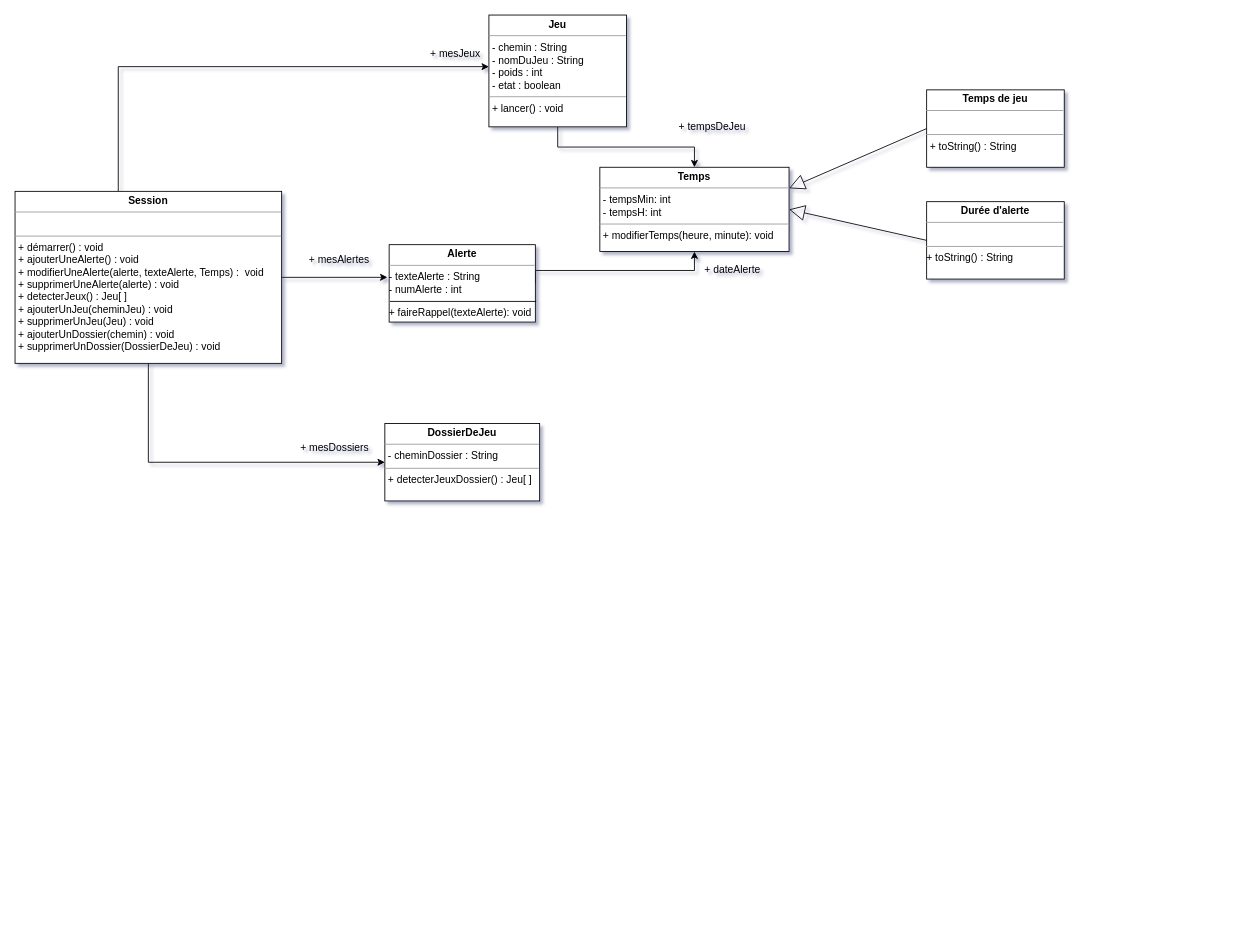
Earlier version of the draw.io diagram Projet VAPEUR.drawio (PorcTooGay/PROJET-VAPEUR-). Source tidied: cells renumbered, new cells numbered last; positions are measured from the earlier drawing's top-left corner, leaving out a move shared by most shapes. Both pictures are drawn from the tidied source at 86%, with x=0, y=0 at pixel (15, 15).
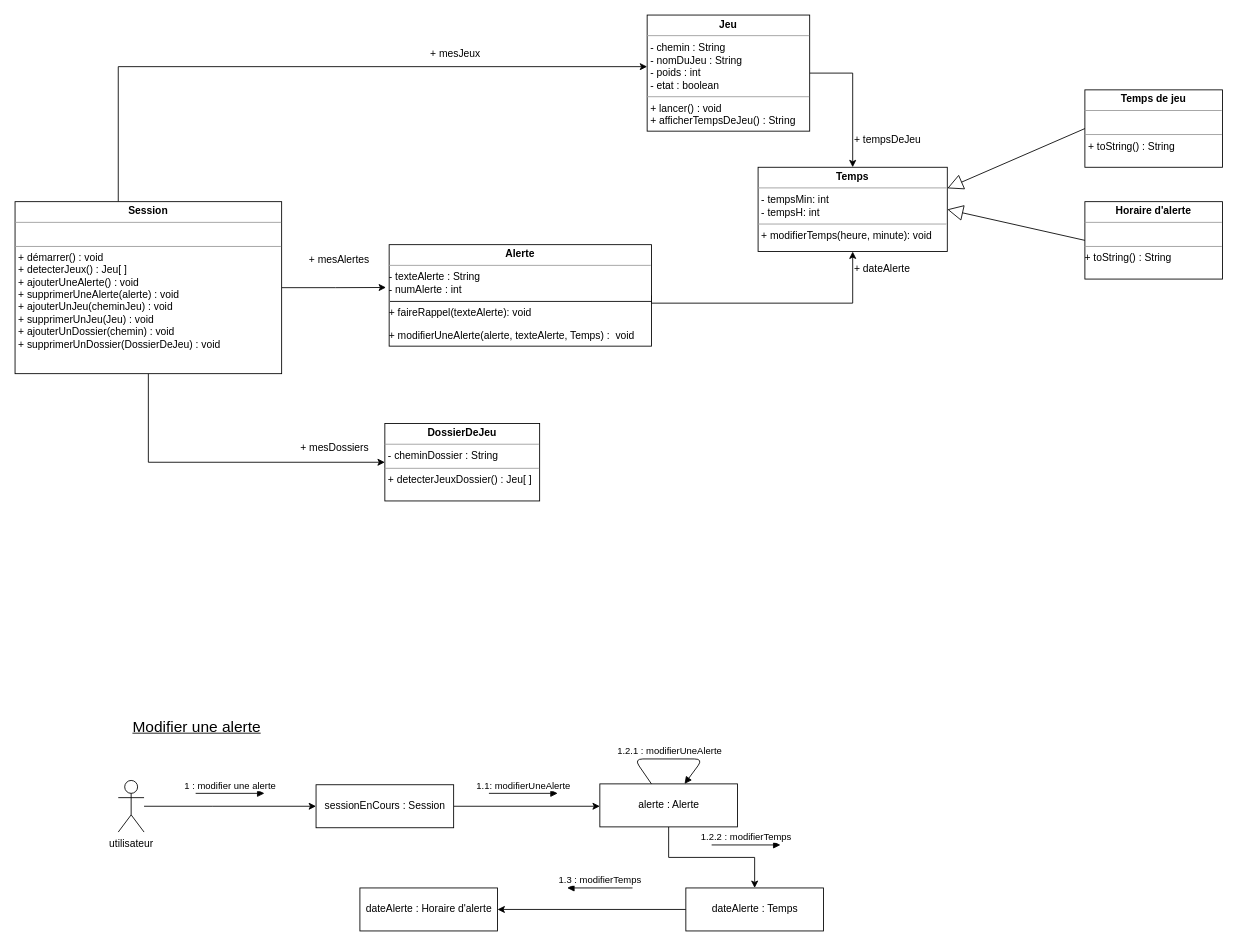
Above is the later version.

The edit, as a diff of the source:
```diff
@@
-<mxGraphModel shadow="1">
+<mxGraphModel>
@@
     <mxCell id="2" style="edgeStyle=orthogonalEdgeStyle;rounded=0;jettySize=auto;html=1;" parent="1" edge="1" source="3" target="4">
-      <mxGeometry relative="1" as="geometry" />
+      <mxGeometry relative="1" as="geometry">
+        <Array as="points">
+          <mxPoint x="974" y="68" />
+        </Array>
+      </mxGeometry>
     </mxCell>
-    <mxCell id="3" value="&lt;p style=&quot;margin: 0px ; margin-top: 4px ; text-align: center&quot;&gt;&lt;b&gt;Jeu&lt;/b&gt;&lt;/p&gt;&lt;hr size=&quot;1&quot;&gt;&lt;p style=&quot;margin: 0px ; margin-left: 4px&quot;&gt;- chemin : String&lt;/p&gt;&lt;p style=&quot;margin: 0px ; margin-left: 4px&quot;&gt;- nomDuJeu : String&lt;/p&gt;&lt;p style=&quot;margin: 0px ; margin-left: 4px&quot;&gt;- poids : int&lt;/p&gt;&lt;p style=&quot;margin: 0px ; margin-left: 4px&quot;&gt;- etat : boolean&lt;br&gt;&lt;/p&gt;&lt;hr size=&quot;1&quot;&gt;&lt;p style=&quot;margin: 0px ; margin-left: 4px&quot;&gt;+ lancer() : void&lt;br&gt;&lt;/p&gt;" style="verticalAlign=top;align=left;overflow=fill;fontSize=12;fontFamily=Helvetica;html=1;" parent="1" vertex="1">
-      <mxGeometry x="551" width="160" height="130" as="geometry" />
+    <mxCell id="3" value="&lt;p style=&quot;margin: 0px ; margin-top: 4px ; text-align: center&quot;&gt;&lt;b&gt;Jeu&lt;/b&gt;&lt;/p&gt;&lt;hr size=&quot;1&quot;&gt;&lt;p style=&quot;margin: 0px ; margin-left: 4px&quot;&gt;- chemin : String&lt;/p&gt;&lt;p style=&quot;margin: 0px ; margin-left: 4px&quot;&gt;- nomDuJeu : String&lt;/p&gt;&lt;p style=&quot;margin: 0px ; margin-left: 4px&quot;&gt;- poids : int&lt;/p&gt;&lt;p style=&quot;margin: 0px ; margin-left: 4px&quot;&gt;- etat : boolean&lt;br&gt;&lt;/p&gt;&lt;hr size=&quot;1&quot;&gt;&lt;p style=&quot;margin: 0px ; margin-left: 4px&quot;&gt;+ lancer() : void&lt;/p&gt;&lt;p style=&quot;margin: 0px ; margin-left: 4px&quot;&gt;+ afficherTempsDeJeu() : String&lt;br&gt;&lt;/p&gt;" style="verticalAlign=top;align=left;overflow=fill;fontSize=12;fontFamily=Helvetica;html=1;" parent="1" vertex="1">
+      <mxGeometry x="735" width="189" height="135" as="geometry" />
     </mxCell>
     <mxCell id="4" value="&lt;p style=&quot;margin: 0px ; margin-top: 4px ; text-align: center&quot;&gt;&lt;b&gt;Temps&lt;br&gt;&lt;/b&gt;&lt;/p&gt;&lt;hr size=&quot;1&quot;&gt;&lt;p style=&quot;margin: 0px ; margin-left: 4px&quot;&gt;- tempsMin: int&lt;/p&gt;&lt;p style=&quot;margin: 0px ; margin-left: 4px&quot;&gt;- tempsH: int&lt;/p&gt;&lt;hr size=&quot;1&quot;&gt;&lt;p style=&quot;margin: 0px ; margin-left: 4px&quot;&gt;+ modifierTemps(heure, minute): void&lt;/p&gt;&lt;p style=&quot;margin: 0px ; margin-left: 4px&quot;&gt;&lt;br&gt;&lt;/p&gt;" style="verticalAlign=top;align=left;overflow=fill;fontSize=12;fontFamily=Helvetica;html=1;" parent="1" vertex="1">
-      <mxGeometry x="680" y="177" width="220" height="98" as="geometry" />
+      <mxGeometry x="864" y="177" width="220" height="98" as="geometry" />
     </mxCell>
@@
     <mxCell id="6" style="edgeStyle=orthogonalEdgeStyle;rounded=0;jettySize=auto;html=1;exitX=1;exitY=0.5;exitDx=0;exitDy=0;entryX=0.5;entryY=1;entryDx=0;entryDy=0;" parent="1" edge="1" source="7" target="4">
       <mxGeometry relative="1" as="geometry">
         <Array as="points">
-          <mxPoint x="790" y="297" />
+          <mxPoint x="740" y="335" />
+          <mxPoint x="974" y="335" />
         </Array>
       </mxGeometry>
     </mxCell>
-    <mxCell id="7" value="&lt;p style=&quot;margin: 0px ; margin-top: 4px ; text-align: center&quot;&gt;&lt;b&gt;Alerte&lt;br&gt;&lt;/b&gt;&lt;/p&gt;&lt;hr size=&quot;1&quot;&gt;&lt;div&gt;- texteAlerte : String&lt;/div&gt;&lt;div&gt;- numAlerte : int&lt;br&gt;&lt;/div&gt;&lt;p&gt;+ faireRappel(texteAlerte): void&lt;/p&gt;" style="verticalAlign=top;align=left;overflow=fill;fontSize=12;fontFamily=Helvetica;html=1;" parent="1" vertex="1">
-      <mxGeometry x="435" y="267" width="170" height="90" as="geometry" />
+    <mxCell id="7" value="&lt;p style=&quot;margin: 0px ; margin-top: 4px ; text-align: center&quot;&gt;&lt;b&gt;Alerte&lt;br&gt;&lt;/b&gt;&lt;/p&gt;&lt;hr size=&quot;1&quot;&gt;&lt;div&gt;- texteAlerte : String&lt;/div&gt;&lt;div&gt;- numAlerte : int&lt;br&gt;&lt;/div&gt;&lt;p&gt;+ faireRappel(texteAlerte): void&lt;/p&gt;&lt;p&gt;+ modifierUneAlerte(alerte, texteAlerte, Temps) :&amp;nbsp; void&lt;/p&gt;" style="verticalAlign=top;align=left;overflow=fill;fontSize=12;fontFamily=Helvetica;html=1;" parent="1" vertex="1">
+      <mxGeometry x="435" y="267" width="305" height="118" as="geometry" />
     </mxCell>
     <mxCell id="8" value="+ dateAlerte" style="text;html=1;align=left;verticalAlign=top;spacingTop=-4;" parent="1" vertex="1">
-      <mxGeometry x="800" y="287" width="80" height="20" as="geometry" />
+      <mxGeometry x="974" y="285" width="80" height="20" as="geometry" />
     </mxCell>
     <mxCell id="9" value="+ tempsDeJeu" style="text;html=1;align=left;verticalAlign=top;spacingTop=-4;" parent="1" vertex="1">
-      <mxGeometry x="770" y="120" width="100" height="20" as="geometry" />
+      <mxGeometry x="974" y="135" width="100" height="20" as="geometry" />
     </mxCell>
@@
-    <mxCell id="12" value="&lt;p style=&quot;margin: 0px ; margin-top: 4px ; text-align: center&quot;&gt;&lt;b&gt;Session&lt;/b&gt;&lt;/p&gt;&lt;hr size=&quot;1&quot;&gt;&lt;p style=&quot;margin: 0px ; margin-left: 4px&quot;&gt;&lt;br&gt;&lt;/p&gt;&lt;hr size=&quot;1&quot;&gt;&lt;p style=&quot;margin: 0px ; margin-left: 4px&quot;&gt;+ démarrer() : void&lt;/p&gt;&lt;p style=&quot;margin: 0px ; margin-left: 4px&quot;&gt;+ ajouterUneAlerte() : void&lt;/p&gt;&lt;p style=&quot;margin: 0px ; margin-left: 4px&quot;&gt;+ modifierUneAlerte(alerte, texteAlerte, Temps) :&amp;nbsp; void&lt;br&gt;&lt;/p&gt;&lt;p style=&quot;margin: 0px ; margin-left: 4px&quot;&gt;+ supprimerUneAlerte(alerte) : void&lt;br&gt;&lt;/p&gt;&lt;p style=&quot;margin: 0px ; margin-left: 4px&quot;&gt;+ detecterJeux() : Jeu[ ]&lt;br&gt;&lt;/p&gt;&lt;p style=&quot;margin: 0px ; margin-left: 4px&quot;&gt;+ ajouterUnJeu(cheminJeu) : void&lt;/p&gt;&lt;p style=&quot;margin: 0px ; margin-left: 4px&quot;&gt;+ supprimerUnJeu(Jeu) : void&lt;/p&gt;&lt;p style=&quot;margin: 0px ; margin-left: 4px&quot;&gt;+ ajouterUnDossier(chemin) : void&lt;/p&gt;&lt;p style=&quot;margin: 0px ; margin-left: 4px&quot;&gt;+ supprimerUnDossier(DossierDeJeu) : void&lt;br&gt;&lt;/p&gt;&lt;p style=&quot;margin: 0px ; margin-left: 4px&quot;&gt;&lt;br&gt;&lt;/p&gt;&lt;p style=&quot;margin: 0px ; margin-left: 4px&quot;&gt;&lt;br&gt;&lt;/p&gt;" style="verticalAlign=top;align=left;overflow=fill;fontSize=12;fontFamily=Helvetica;html=1;" parent="1" vertex="1">
-      <mxGeometry y="205" width="310" height="200" as="geometry" />
+    <mxCell id="12" value="&lt;p style=&quot;margin: 0px ; margin-top: 4px ; text-align: center&quot;&gt;&lt;b&gt;Session&lt;/b&gt;&lt;/p&gt;&lt;hr size=&quot;1&quot;&gt;&lt;p style=&quot;margin: 0px ; margin-left: 4px&quot;&gt;&lt;br&gt;&lt;/p&gt;&lt;hr size=&quot;1&quot;&gt;&lt;p style=&quot;margin: 0px ; margin-left: 4px&quot;&gt;+ démarrer() : void&lt;br&gt;+ detecterJeux() : Jeu[ ]&lt;/p&gt;&lt;p style=&quot;margin: 0px ; margin-left: 4px&quot;&gt;+ ajouterUneAlerte() : void&lt;/p&gt;&lt;p style=&quot;margin: 0px ; margin-left: 4px&quot;&gt;+ supprimerUneAlerte(alerte) : void&lt;/p&gt;&lt;p style=&quot;margin: 0px ; margin-left: 4px&quot;&gt;+ ajouterUnJeu(cheminJeu) : void&lt;/p&gt;&lt;p style=&quot;margin: 0px ; margin-left: 4px&quot;&gt;+ supprimerUnJeu(Jeu) : void&lt;/p&gt;&lt;p style=&quot;margin: 0px ; margin-left: 4px&quot;&gt;+ ajouterUnDossier(chemin) : void&lt;/p&gt;&lt;p style=&quot;margin: 0px ; margin-left: 4px&quot;&gt;+ supprimerUnDossier(DossierDeJeu) : void&lt;br&gt;&lt;/p&gt;&lt;p style=&quot;margin: 0px ; margin-left: 4px&quot;&gt;&lt;br&gt;&lt;/p&gt;&lt;p style=&quot;margin: 0px ; margin-left: 4px&quot;&gt;&lt;br&gt;&lt;/p&gt;" style="verticalAlign=top;align=left;overflow=fill;fontSize=12;fontFamily=Helvetica;html=1;" parent="1" vertex="1">
+      <mxGeometry y="217" width="310" height="200" as="geometry" />
     </mxCell>
@@
-    <mxCell id="15" value="&lt;p style=&quot;margin: 0px ; margin-top: 4px ; text-align: center&quot;&gt;&lt;b&gt;Durée d'alerte&lt;br&gt;&lt;/b&gt;&lt;/p&gt;&lt;hr size=&quot;1&quot;&gt;&lt;br&gt;&lt;hr size=&quot;1&quot;&gt;+ toString() : String" style="verticalAlign=top;align=left;overflow=fill;fontSize=12;fontFamily=Helvetica;html=1;" parent="1" vertex="1">
-      <mxGeometry x="1060" y="217" width="160" height="90" as="geometry" />
+    <mxCell id="15" value="&lt;p style=&quot;margin: 0px ; margin-top: 4px ; text-align: center&quot;&gt;&lt;b&gt;Horaire d'alerte&lt;br&gt;&lt;/b&gt;&lt;/p&gt;&lt;hr size=&quot;1&quot;&gt;&lt;br&gt;&lt;hr size=&quot;1&quot;&gt;+ toString() : String" style="verticalAlign=top;align=left;overflow=fill;fontSize=12;fontFamily=Helvetica;html=1;" parent="1" vertex="1">
+      <mxGeometry x="1244" y="217" width="160" height="90" as="geometry" />
     </mxCell>
     <mxCell id="16" value="&lt;p style=&quot;margin: 0px ; margin-top: 4px ; text-align: center&quot;&gt;&lt;b&gt;Temps de jeu&lt;br&gt;&lt;/b&gt;&lt;/p&gt;&lt;hr size=&quot;1&quot;&gt;&lt;p style=&quot;margin: 0px ; margin-left: 4px&quot;&gt;&lt;br&gt;&lt;/p&gt;&lt;hr size=&quot;1&quot;&gt;&lt;p style=&quot;margin: 0px ; margin-left: 4px&quot;&gt;+ toString() : String&lt;/p&gt;" style="verticalAlign=top;align=left;overflow=fill;fontSize=12;fontFamily=Helvetica;html=1;" parent="1" vertex="1">
-      <mxGeometry x="1060" y="87" width="160" height="90" as="geometry" />
+      <mxGeometry x="1244" y="87" width="160" height="90" as="geometry" />
     </mxCell>
@@
     <mxCell id="19" style="line;strokeWidth=1;fillColor=none;align=left;verticalAlign=middle;spacingTop=-1;spacingLeft=3;spacingRight=3;labelPosition=right;" parent="1" vertex="1">
-      <mxGeometry x="436" y="329" width="170" height="8" as="geometry" />
+      <mxGeometry x="436" y="329" width="304" height="8" as="geometry" />
     </mxCell>
@@
+    <mxCell id="22" style="edgeStyle=orthogonalEdgeStyle;rounded=0;jettySize=auto;html=1;" parent="1" edge="1" source="23" target="25">
+      <mxGeometry relative="1" as="geometry">
+        <Array as="points">
+          <mxPoint x="490" y="920" />
+          <mxPoint x="490" y="920" />
+        </Array>
+      </mxGeometry>
+    </mxCell>
+    <mxCell id="23" value="sessionEnCours : Session" style="html=1;" parent="1" vertex="1">
+      <mxGeometry x="350" y="895" width="160" height="50" as="geometry" />
+    </mxCell>
+    <mxCell id="24" style="edgeStyle=orthogonalEdgeStyle;rounded=0;jettySize=auto;html=1;" parent="1" edge="1" source="25" target="27">
+      <mxGeometry relative="1" as="geometry" />
+    </mxCell>
+    <mxCell id="25" value="alerte : Alerte" style="html=1;" parent="1" vertex="1">
+      <mxGeometry x="680" y="894" width="160" height="50" as="geometry" />
+    </mxCell>
+    <mxCell id="26" style="edgeStyle=orthogonalEdgeStyle;rounded=0;jettySize=auto;html=1;" parent="1" edge="1" source="27" target="28">
+      <mxGeometry relative="1" as="geometry" />
+    </mxCell>
+    <mxCell id="27" value="dateAlerte : Temps" style="html=1;" parent="1" vertex="1">
+      <mxGeometry x="780" y="1015" width="160" height="50" as="geometry" />
+    </mxCell>
+    <mxCell id="28" value="&lt;div&gt;dateAlerte : Horaire d'alerte&lt;/div&gt;" style="html=1;" parent="1" vertex="1">
+      <mxGeometry x="401" y="1015" width="160" height="50" as="geometry" />
+    </mxCell>
+    <mxCell id="29" value="&lt;u&gt;&lt;font style=&quot;font-size: 18px&quot;&gt;Modifier une alerte&lt;/font&gt;&lt;br&gt;&lt;/u&gt;" style="text;html=1;align=left;verticalAlign=top;spacingTop=-4;" parent="1" vertex="1">
+      <mxGeometry x="135" y="815" width="160" height="20" as="geometry" />
+    </mxCell>
+    <mxCell id="30" style="edgeStyle=orthogonalEdgeStyle;rounded=0;jettySize=auto;html=1;entryX=0;entryY=0.5;entryDx=0;entryDy=0;" parent="1" edge="1" target="23">
+      <mxGeometry relative="1" as="geometry">
+        <mxPoint x="150" y="920" as="sourcePoint" />
+        <Array as="points">
+          <mxPoint x="230" y="920" />
+          <mxPoint x="230" y="920" />
+        </Array>
+      </mxGeometry>
+    </mxCell>
+    <mxCell id="31" value="utilisateur" style="shape=umlActor;verticalLabelPosition=bottom;labelBackgroundColor=#ffffff;verticalAlign=top;html=1;" parent="1" vertex="1">
+      <mxGeometry x="120" y="890" width="30" height="60" as="geometry" />
+    </mxCell>
+    <mxCell id="32" value="1 : modifier une alerte" style="html=1;verticalAlign=bottom;endArrow=block;" parent="1" edge="1">
+      <mxGeometry relative="1" as="geometry">
+        <mxPoint x="210" y="905" as="sourcePoint" />
+        <mxPoint x="290" y="905" as="targetPoint" />
+      </mxGeometry>
+    </mxCell>
+    <mxCell id="33" value="1.1: modifierUneAlerte" style="html=1;verticalAlign=bottom;endArrow=block;" parent="1" edge="1">
+      <mxGeometry relative="1" as="geometry">
+        <mxPoint x="551" y="905" as="sourcePoint" />
+        <mxPoint x="631" y="905" as="targetPoint" />
+      </mxGeometry>
+    </mxCell>
+    <mxCell id="34" value="1.2.2 : modifierTemps" style="html=1;verticalAlign=bottom;endArrow=block;" parent="1" edge="1">
+      <mxGeometry relative="1" as="geometry">
+        <mxPoint x="810" y="965" as="sourcePoint" />
+        <mxPoint x="890" y="965" as="targetPoint" />
+      </mxGeometry>
+    </mxCell>
+    <mxCell id="35" value="1.2.1 : modifierUneAlerte" style="html=1;verticalAlign=bottom;endArrow=block;exitX=0.375;exitY=0;exitDx=0;exitDy=0;exitPerimeter=0;" parent="1" edge="1" source="25" target="25">
+      <mxGeometry relative="1" as="geometry">
+        <Array as="points">
+          <mxPoint x="800" y="865" />
+        </Array>
+      </mxGeometry>
+    </mxCell>
+    <mxCell id="36" value="1.3 : modifierTemps" style="html=1;verticalAlign=bottom;endArrow=block;" parent="1" edge="1">
+      <mxGeometry relative="1" as="geometry">
+        <mxPoint x="718" y="1015" as="sourcePoint" />
+        <mxPoint x="642" y="1015" as="targetPoint" />
+      </mxGeometry>
+    </mxCell>
```
